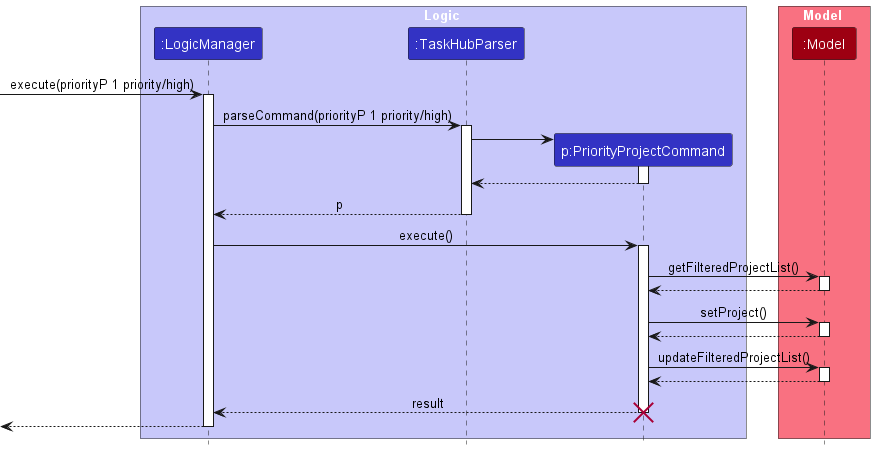
rayyan35p/tp keeps this PlantUML diagram as docs/images/PriorityPSequenceDiagram.png. Above is the earlier version. The source it was exported from:
```plantuml
@startuml
!include style.puml
skinparam ArrowFontStyle plain

box Logic LOGIC_COLOR_T1
participant ":LogicManager" as LogicManager LOGIC_COLOR
participant ":TaskHubParser" as TaskHubParser LOGIC_COLOR
participant "p:PriorityProjectCommand" as PriorityProjectCommand LOGIC_COLOR
end box

box Model MODEL_COLOR_T1
participant ":Model" as Model MODEL_COLOR
end box
[-> LogicManager : execute(priorityP 1 priority/high)
activate LogicManager

LogicManager -> TaskHubParser : parseCommand(priorityP 1 priority/high)
activate TaskHubParser

create PriorityProjectCommand
TaskHubParser -> PriorityProjectCommand
activate PriorityProjectCommand

PriorityProjectCommand --> TaskHubParser
deactivate PriorityProjectCommand

TaskHubParser --> LogicManager : p
deactivate TaskHubParser

LogicManager -> PriorityProjectCommand : execute()
activate PriorityProjectCommand

PriorityProjectCommand -> Model : getFilteredProjectList()
activate Model

Model --> PriorityProjectCommand
deactivate Model

PriorityProjectCommand -> Model : setProject()
activate Model

Model --> PriorityProjectCommand
deactivate Model

PriorityProjectCommand -> Model : updateFilteredProjectList()
activate Model

Model --> PriorityProjectCommand
deactivate Model

PriorityProjectCommand --> LogicManager : result
destroy PriorityProjectCommand

[<--LogicManager
deactivate LogicManager
@enduml
```
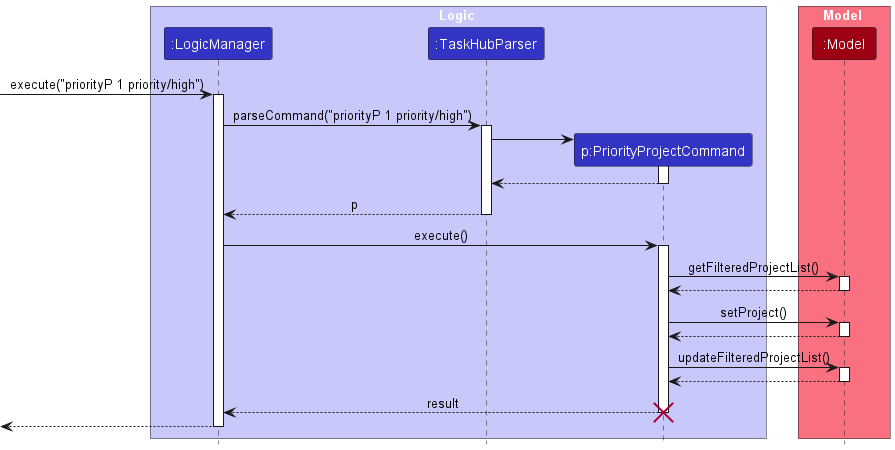
Above is the later version.

Commit message:
Update PriorityP sequence diagram in DG to reflect changes

The edit, as a diff of the source:
```diff
@@ -11,10 +11,10 @@
 box Model MODEL_COLOR_T1
 participant ":Model" as Model MODEL_COLOR
 end box
-[-> LogicManager : execute(priorityP 1 priority/high)
+[-> LogicManager : execute("priorityP 1 priority/high")
 activate LogicManager
 
-LogicManager -> TaskHubParser : parseCommand(priorityP 1 priority/high)
+LogicManager -> TaskHubParser : parseCommand("priorityP 1 priority/high")
 activate TaskHubParser
 
 create PriorityProjectCommand
```
